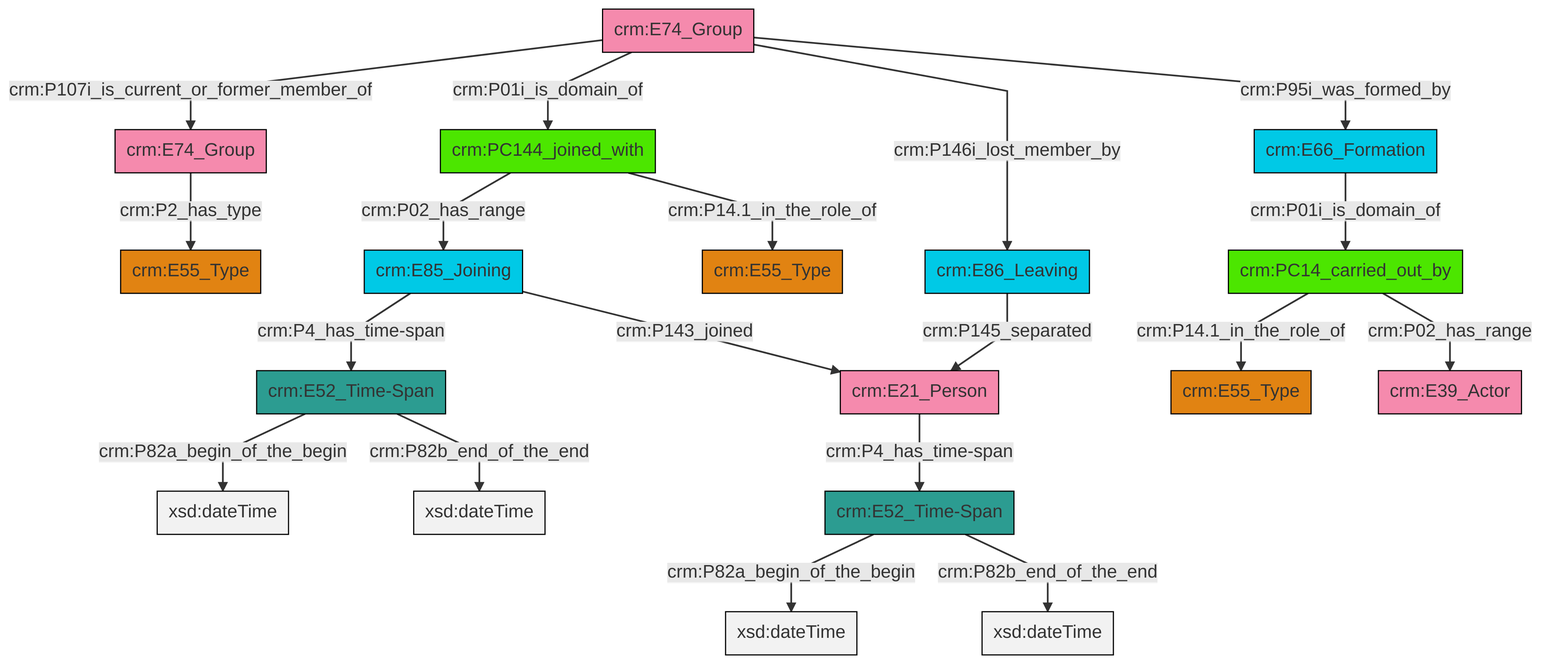
Before: et/groupCSV/ttl/mmd/png/group_actor_relations.png, a diagram exported from Mermaid (swiss-art-research-net/docs.swissartresearch). Its source is kept beside it as et/groupCSV/ttl/mmd/group_actor_relations.ttl.mmd.
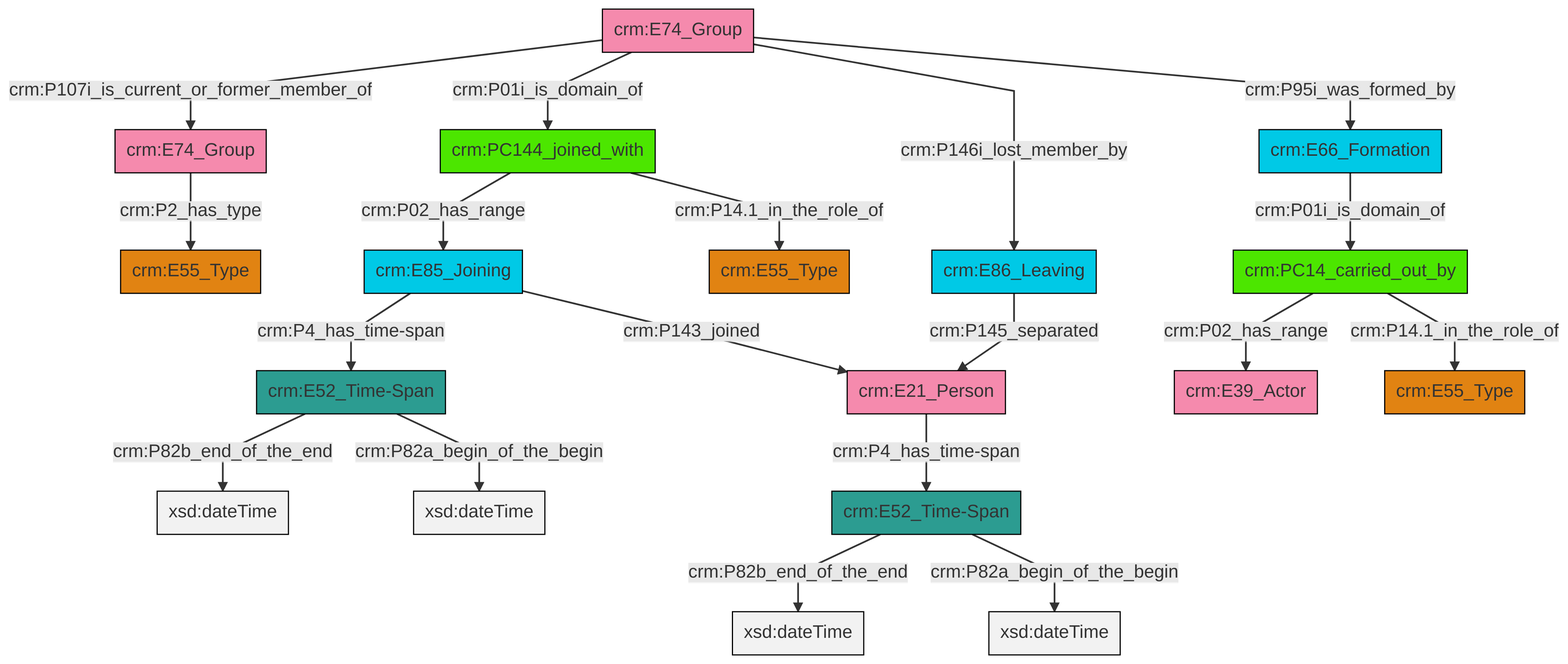
After the commit.

The edit, as a diff of the source:
```diff
@@ -13,21 +13,21 @@
 classDef PC_Classes fill:#4ce600, stroke:#000000;
 classDef Multi fill:#cccccc,stroke:#000000;
 
-2["crm:E86_Leaving"]:::Temporal_Entity -->|crm:P145_separated| 3["crm:E21_Person"]:::Actor
-4["crm:E52_Time-Span"]:::Time-Span -->|crm:P82a_begin_of_the_begin| 5[xsd:dateTime]:::Literal
-4["crm:E52_Time-Span"]:::Time-Span -->|crm:P82b_end_of_the_end| 6[xsd:dateTime]:::Literal
-7["crm:PC144_joined_with"]:::PC_Classes -->|crm:P14.1_in_the_role_of| 8["crm:E55_Type"]:::Type
-11["crm:E74_Group"]:::Actor -->|crm:P146i_lost_member_by| 2["crm:E86_Leaving"]:::Temporal_Entity
-20["crm:E85_Joining"]:::Temporal_Entity -->|crm:P4_has_time-span| 4["crm:E52_Time-Span"]:::Time-Span
-23["crm:PC14_carried_out_by"]:::PC_Classes -->|crm:P14.1_in_the_role_of| 14["crm:E55_Type"]:::Type
-21["crm:E66_Formation"]:::Temporal_Entity -->|crm:P01i_is_domain_of| 23["crm:PC14_carried_out_by"]:::PC_Classes
-11["crm:E74_Group"]:::Actor -->|crm:P95i_was_formed_by| 21["crm:E66_Formation"]:::Temporal_Entity
-20["crm:E85_Joining"]:::Temporal_Entity -->|crm:P143_joined| 3["crm:E21_Person"]:::Actor
-3["crm:E21_Person"]:::Actor -->|crm:P4_has_time-span| 28["crm:E52_Time-Span"]:::Time-Span
-23["crm:PC14_carried_out_by"]:::PC_Classes -->|crm:P02_has_range| 24["crm:E39_Actor"]:::Actor
-11["crm:E74_Group"]:::Actor -->|crm:P107i_is_current_or_former_member_of| 16["crm:E74_Group"]:::Actor
-28["crm:E52_Time-Span"]:::Time-Span -->|crm:P82a_begin_of_the_begin| 32[xsd:dateTime]:::Literal
-7["crm:PC144_joined_with"]:::PC_Classes -->|crm:P02_has_range| 20["crm:E85_Joining"]:::Temporal_Entity
-28["crm:E52_Time-Span"]:::Time-Span -->|crm:P82b_end_of_the_end| 34[xsd:dateTime]:::Literal
-16["crm:E74_Group"]:::Actor -->|crm:P2_has_type| 0["crm:E55_Type"]:::Type
-11["crm:E74_Group"]:::Actor -->|crm:P01i_is_domain_of| 7["crm:PC144_joined_with"]:::PC_Classes
+0["crm:E66_Formation"]:::Temporal_Entity -->|crm:P01i_is_domain_of| 1["crm:PC14_carried_out_by"]:::PC_Classes
+2["crm:E74_Group"]:::Actor -->|crm:P2_has_type| 3["crm:E55_Type"]:::Type
+14["crm:E85_Joining"]:::Temporal_Entity -->|crm:P4_has_time-span| 12["crm:E52_Time-Span"]:::Time-Span
+4["crm:E74_Group"]:::Actor -->|crm:P107i_is_current_or_former_member_of| 2["crm:E74_Group"]:::Actor
+4["crm:E74_Group"]:::Actor -->|crm:P01i_is_domain_of| 15["crm:PC144_joined_with"]:::PC_Classes
+14["crm:E85_Joining"]:::Temporal_Entity -->|crm:P143_joined| 10["crm:E21_Person"]:::Actor
+15["crm:PC144_joined_with"]:::PC_Classes -->|crm:P02_has_range| 14["crm:E85_Joining"]:::Temporal_Entity
+8["crm:E52_Time-Span"]:::Time-Span -->|crm:P82b_end_of_the_end| 20[xsd:dateTime]:::Literal
+15["crm:PC144_joined_with"]:::PC_Classes -->|crm:P14.1_in_the_role_of| 21["crm:E55_Type"]:::Type
+1["crm:PC14_carried_out_by"]:::PC_Classes -->|crm:P02_has_range| 17["crm:E39_Actor"]:::Actor
+25["crm:E86_Leaving"]:::Temporal_Entity -->|crm:P145_separated| 10["crm:E21_Person"]:::Actor
+12["crm:E52_Time-Span"]:::Time-Span -->|crm:P82b_end_of_the_end| 26[xsd:dateTime]:::Literal
+1["crm:PC14_carried_out_by"]:::PC_Classes -->|crm:P14.1_in_the_role_of| 22["crm:E55_Type"]:::Type
+12["crm:E52_Time-Span"]:::Time-Span -->|crm:P82a_begin_of_the_begin| 28[xsd:dateTime]:::Literal
+4["crm:E74_Group"]:::Actor -->|crm:P146i_lost_member_by| 25["crm:E86_Leaving"]:::Temporal_Entity
+8["crm:E52_Time-Span"]:::Time-Span -->|crm:P82a_begin_of_the_begin| 33[xsd:dateTime]:::Literal
+4["crm:E74_Group"]:::Actor -->|crm:P95i_was_formed_by| 0["crm:E66_Formation"]:::Temporal_Entity
+10["crm:E21_Person"]:::Actor -->|crm:P4_has_time-span| 8["crm:E52_Time-Span"]:::Time-Span
```
